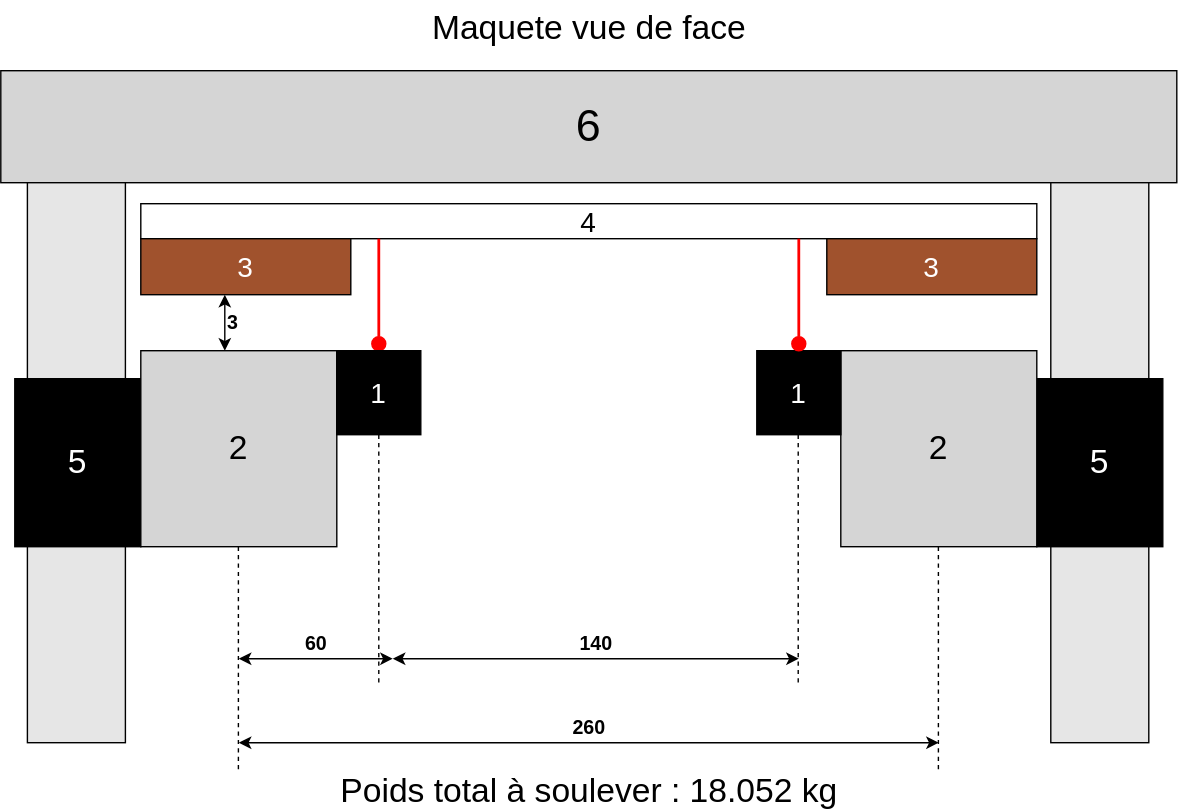
The draw.io diagram assets/Chap2/MaquetteTaille.svg in ulucinar-can/template-tb, before a commit. Source tidied: cells renumbered, new cells last; positions are measured from the earlier drawing's top-left corner, leaving out a move shared by most shapes.
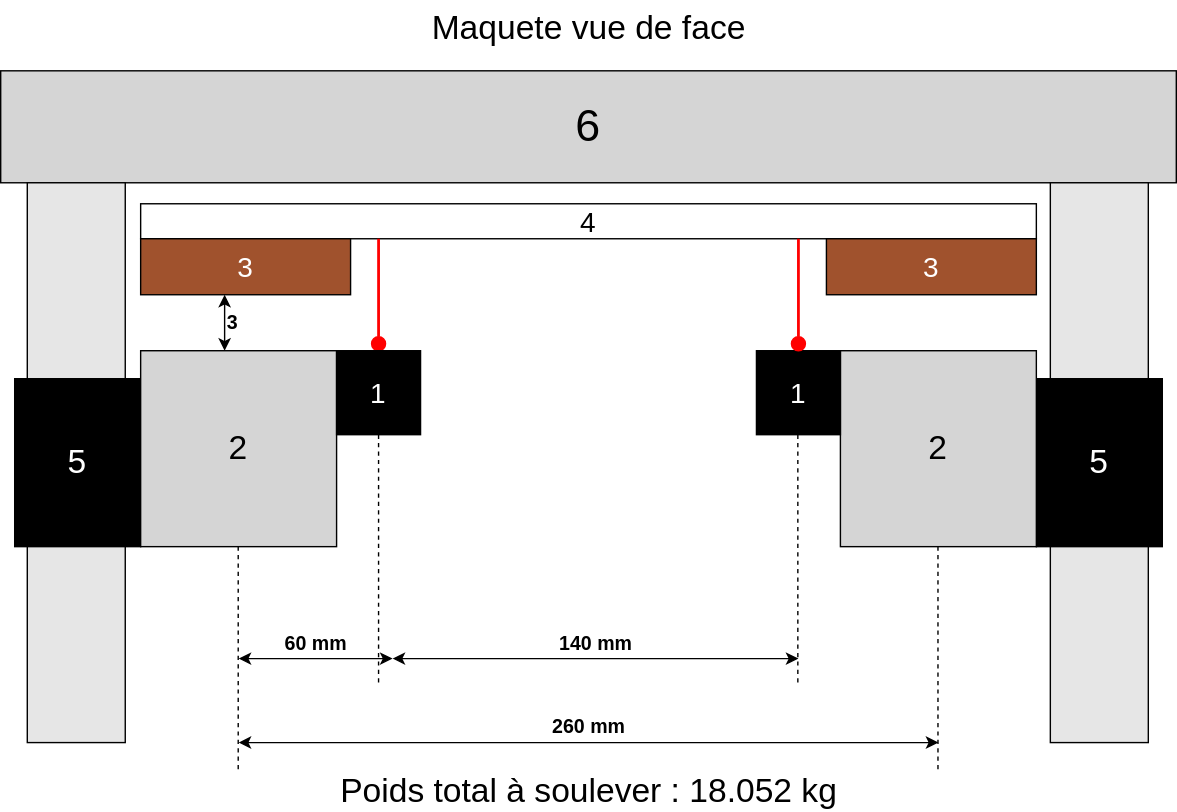
After the change.

What changed in the source:
```diff
@@ -14,7 +14,7 @@
     <mxCell id="5" value="5" style="rounded=0;whiteSpace=wrap;html=1;fillColor=#000000;fontColor=#FFFFFF;fontSize=24;" parent="1" vertex="1">
       <mxGeometry x="10" y="270" width="90" height="120" as="geometry" />
     </mxCell>
-    <mxCell id="6" value="&lt;font&gt;5&lt;/font&gt;" style="rounded=0;whiteSpace=wrap;html=1;fillColor=#000000;fontColor=#FFFFFF;fontSize=24;" parent="1" vertex="1">
+    <mxCell id="6" value="&lt;font style=&quot;color: rgb(255, 255, 255);&quot;&gt;5&lt;/font&gt;" style="rounded=0;whiteSpace=wrap;html=1;fillColor=#000000;fontColor=#FFFFFF;fontSize=24;" parent="1" vertex="1">
       <mxGeometry x="740" y="270" width="90" height="120" as="geometry" />
     </mxCell>
     <mxCell id="7" value="2" style="rounded=0;whiteSpace=wrap;html=1;fillColor=#D5D5D5;strokeColor=#000000;fontSize=24;" parent="1" vertex="1">
@@ -38,7 +38,7 @@
         <mxPoint x="160" y="250" as="targetPoint" />
       </mxGeometry>
     </mxCell>
-    <mxCell id="13" value="&lt;b&gt;60&lt;/b&gt;" style="endArrow=classic;startArrow=classic;html=1;strokeColor=#000000;labelBackgroundColor=none;verticalAlign=bottom;fontSize=14;" parent="1" edge="1">
+    <mxCell id="13" value="&lt;b&gt;60 mm&lt;/b&gt;" style="endArrow=classic;startArrow=classic;html=1;strokeColor=#000000;labelBackgroundColor=none;verticalAlign=bottom;fontSize=14;" parent="1" edge="1">
       <mxGeometry relative="1" as="geometry">
         <mxPoint x="170" y="470" as="sourcePoint" />
         <mxPoint x="280" y="470" as="targetPoint" />
@@ -56,7 +56,7 @@
         <mxPoint x="569.6" y="490" as="targetPoint" />
       </mxGeometry>
     </mxCell>
-    <mxCell id="16" value="&lt;b&gt;140&lt;/b&gt;" style="endArrow=classic;startArrow=classic;html=1;strokeColor=#000000;labelBackgroundColor=none;verticalAlign=bottom;fontSize=14;" parent="1" edge="1">
+    <mxCell id="16" value="&lt;b&gt;140 mm&lt;/b&gt;" style="endArrow=classic;startArrow=classic;html=1;strokeColor=#000000;labelBackgroundColor=none;verticalAlign=bottom;fontSize=14;" parent="1" edge="1">
       <mxGeometry relative="1" as="geometry">
         <mxPoint x="280" y="470" as="sourcePoint" />
         <mxPoint x="570" y="470" as="targetPoint" />
@@ -74,14 +74,14 @@
         <mxPoint x="669.7" y="550" as="targetPoint" />
       </mxGeometry>
     </mxCell>
-    <mxCell id="19" value="&lt;b&gt;260&lt;/b&gt;" style="endArrow=classic;startArrow=classic;html=1;strokeColor=#000000;labelBackgroundColor=none;verticalAlign=bottom;fontSize=14;" parent="1" edge="1">
+    <mxCell id="19" value="&lt;b&gt;260 mm&lt;/b&gt;" style="endArrow=classic;startArrow=classic;html=1;strokeColor=#000000;labelBackgroundColor=none;verticalAlign=bottom;fontSize=14;" parent="1" edge="1">
       <mxGeometry relative="1" as="geometry">
         <mxPoint x="170" y="530" as="sourcePoint" />
         <mxPoint x="670" y="530" as="targetPoint" />
       </mxGeometry>
     </mxCell>
     <mxCell id="20" value="Poids total à soulever : 18.052 kg" style="text;html=1;whiteSpace=wrap;strokeColor=none;fillColor=none;align=center;verticalAlign=middle;rounded=0;fontSize=24;" parent="1" vertex="1">
-      <mxGeometry x="237.5" y="550" width="365" height="30" as="geometry" />
+      <mxGeometry x="203.8" y="550" width="432.5" height="30" as="geometry" />
     </mxCell>
     <mxCell id="21" style="group;" parent="1" vertex="1">
       <mxGeometry x="240" y="170" width="60" height="140" as="geometry" />
```
